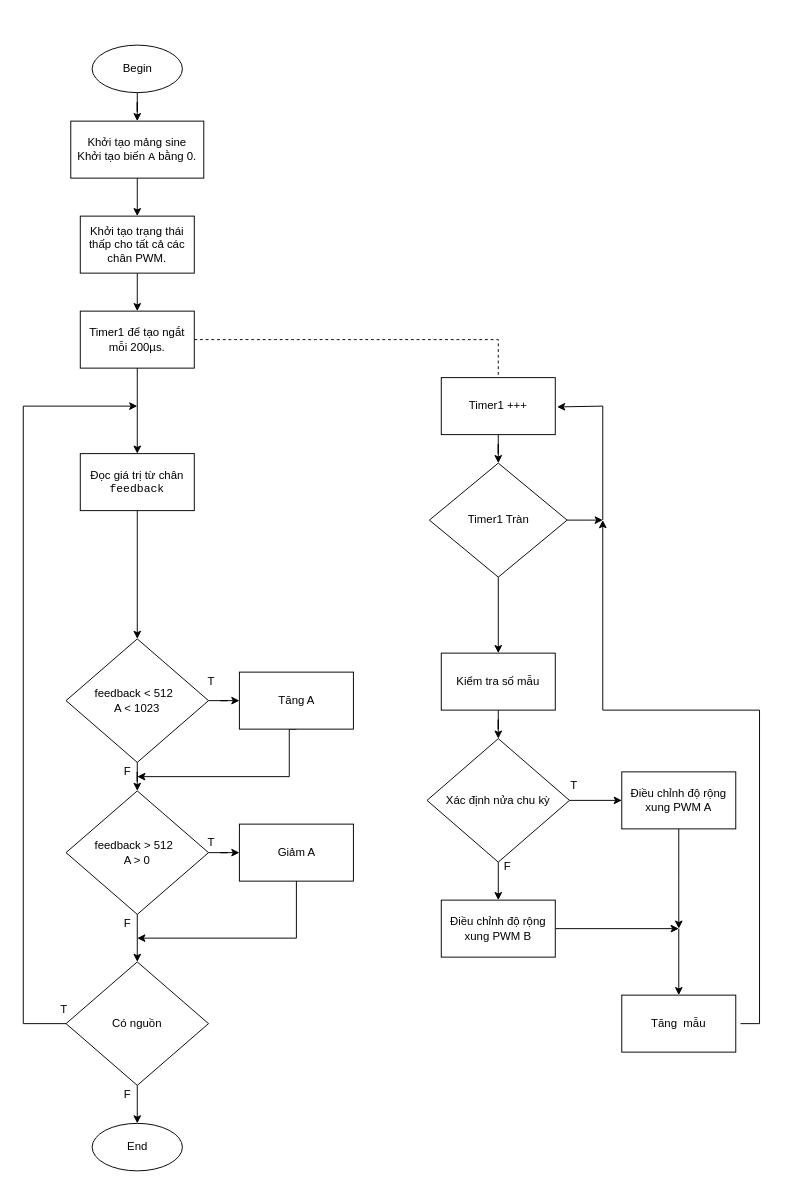
Before: doan2/luudo.drawio in zijipia/ArduinoCpp, a draw.io diagram. Source tidied: cells renumbered, new cells numbered last; positions are measured from the earlier drawing's top-left corner, leaving out a move shared by most shapes. Both pictures are drawn from the tidied source at 95%, with x=0, y=0 at pixel (23, 45).
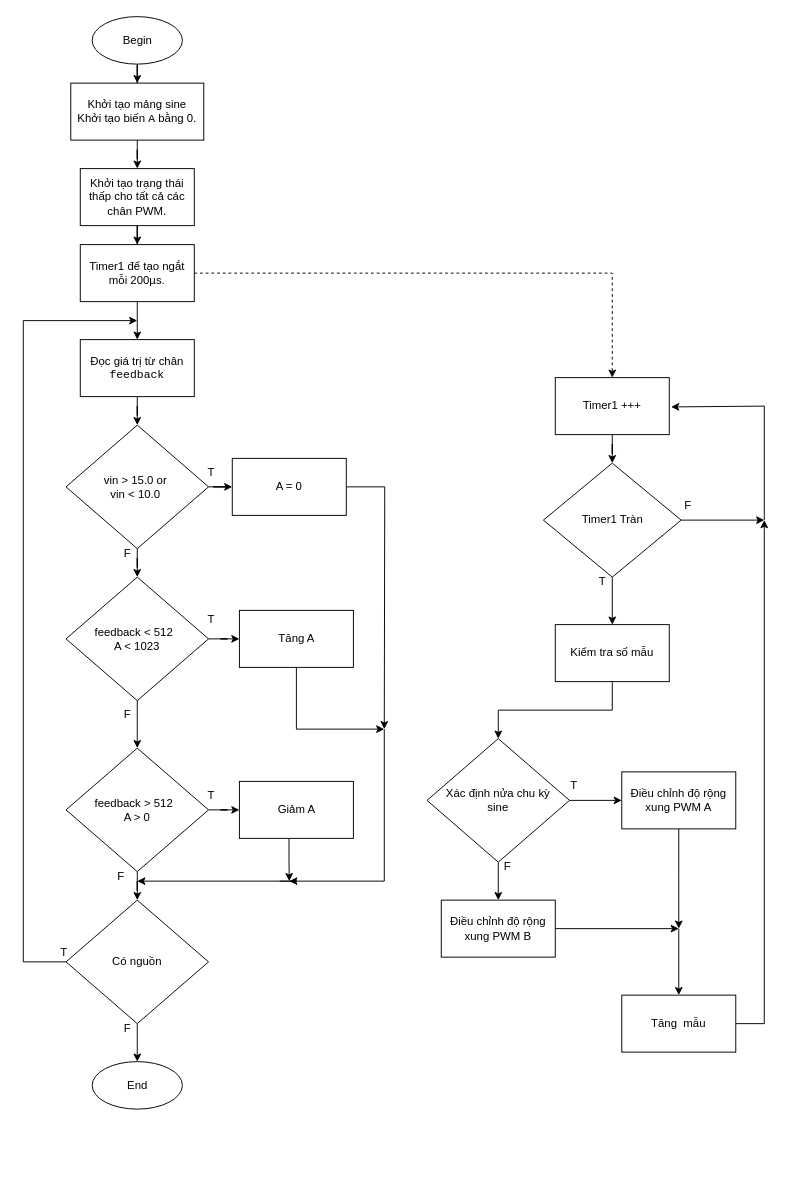
The same page after the edit.

Unchanged cells that the change refers to:
```xml
<mxCell id="47" value="Tăng&amp;nbsp;&amp;nbsp;mẫu" style="rounded=0;whiteSpace=wrap;html=1;" parent="1" vertex="1">
  <mxGeometry x="630" y="1000" width="120" height="60" as="geometry" />
</mxCell>
```

Diff of the diagram source:
```diff
@@
     <mxCell id="3" value="Begin" style="ellipse;whiteSpace=wrap;html=1;" parent="1" vertex="1">
-      <mxGeometry x="72.5" width="95" height="50" as="geometry" />
+      <mxGeometry x="72.5" y="-30" width="95" height="50" as="geometry" />
     </mxCell>
     <mxCell id="4" value="End" style="ellipse;whiteSpace=wrap;html=1;" parent="1" vertex="1">
-      <mxGeometry x="72.5" y="1135" width="95" height="50" as="geometry" />
+      <mxGeometry x="72.5" y="1070" width="95" height="50" as="geometry" />
     </mxCell>
@@
     <mxCell id="6" value="Khởi tạo mảng sine&lt;div&gt;&lt;span style=&quot;background-color: initial;&quot;&gt;Khởi tạo biến &lt;/span&gt;&lt;code style=&quot;background-color: initial;&quot; class=&quot;&quot;&gt;A&lt;/code&gt;&lt;span style=&quot;background-color: initial;&quot;&gt; bằng 0.&lt;/span&gt;&lt;/div&gt;" style="rounded=0;whiteSpace=wrap;html=1;" parent="1" vertex="1">
-      <mxGeometry x="50" y="80" width="140" height="60" as="geometry" />
+      <mxGeometry x="50" y="40" width="140" height="60" as="geometry" />
     </mxCell>
@@
     <mxCell id="8" value="Khởi tạo trạng thái thấp cho tất cả các chân PWM." style="rounded=0;whiteSpace=wrap;html=1;" parent="1" vertex="1">
-      <mxGeometry x="60" y="180" width="120" height="60" as="geometry" />
+      <mxGeometry x="60" y="130" width="120" height="60" as="geometry" />
     </mxCell>
@@
     <mxCell id="10" value="Timer1 để tạo ngắt mỗi 200µs." style="rounded=0;whiteSpace=wrap;html=1;" parent="1" vertex="1">
-      <mxGeometry x="60" y="280" width="120" height="60" as="geometry" />
+      <mxGeometry x="60" y="210" width="120" height="60" as="geometry" />
     </mxCell>
-    <mxCell id="11" style="edgeStyle=orthogonalEdgeStyle;rounded=0;jettySize=auto;html=1;" parent="1" edge="1" source="12" target="15">
-      <mxGeometry relative="1" as="geometry" />
-    </mxCell>
+    <mxCell id="53" style="edgeStyle=orthogonalEdgeStyle;rounded=0;jettySize=auto;html=1;" parent="1" edge="1" source="12" target="57">
+      <mxGeometry relative="1" as="geometry" />
+    </mxCell>
     <mxCell id="12" value="Đọc giá trị từ chân &lt;code class=&quot;&quot;&gt;feedback&lt;/code&gt;" style="rounded=0;whiteSpace=wrap;html=1;" parent="1" vertex="1">
-      <mxGeometry x="60" y="430" width="120" height="60" as="geometry" />
+      <mxGeometry x="60" y="310" width="120" height="60" as="geometry" />
     </mxCell>
@@
     <mxCell id="15" value="feedback &amp;lt; 512&amp;nbsp;&amp;nbsp;&lt;div&gt;A &amp;lt; 1023&lt;/div&gt;" style="rhombus;whiteSpace=wrap;html=1;" parent="1" vertex="1">
-      <mxGeometry x="45" y="625" width="150" height="130" as="geometry" />
+      <mxGeometry x="45" y="560" width="150" height="130" as="geometry" />
     </mxCell>
     <mxCell id="16" style="edgeStyle=orthogonalEdgeStyle;rounded=0;jettySize=auto;html=1;exitX=0.5;exitY=1;exitDx=0;exitDy=0;" parent="1" edge="1" source="17">
       <mxGeometry relative="1" as="geometry">
-        <mxPoint x="120" y="770" as="targetPoint" />
+        <mxPoint x="380" y="720" as="targetPoint" />
         <Array as="points">
-          <mxPoint x="280" y="720" />
-          <mxPoint x="280" y="770" />
+          <mxPoint x="288" y="720" />
+          <mxPoint x="288" y="770" />
         </Array>
       </mxGeometry>
     </mxCell>
     <mxCell id="17" value="Tăng A" style="rounded=0;whiteSpace=wrap;html=1;" parent="1" vertex="1">
-      <mxGeometry x="227.5" y="660" width="120" height="60" as="geometry" />
+      <mxGeometry x="227.5" y="595" width="120" height="60" as="geometry" />
     </mxCell>
@@
     <mxCell id="20" value="feedback &amp;gt; 512&amp;nbsp;&amp;nbsp;&lt;div&gt;A &amp;gt; 0&lt;/div&gt;" style="rhombus;whiteSpace=wrap;html=1;" parent="1" vertex="1">
-      <mxGeometry x="45" y="785" width="150" height="130" as="geometry" />
+      <mxGeometry x="45" y="740" width="150" height="130" as="geometry" />
     </mxCell>
+    <mxCell id="54" style="edgeStyle=orthogonalEdgeStyle;rounded=0;jettySize=auto;html=1;exitX=0.435;exitY=1.005;exitDx=0;exitDy=0;exitPerimeter=0;" parent="1" edge="1" source="21">
+      <mxGeometry relative="1" as="geometry">
+        <mxPoint x="280" y="880" as="targetPoint" />
+      </mxGeometry>
+    </mxCell>
     <mxCell id="21" value="Giảm A" style="rounded=0;whiteSpace=wrap;html=1;" parent="1" vertex="1">
-      <mxGeometry x="227.5" y="820" width="120" height="60" as="geometry" />
+      <mxGeometry x="227.5" y="775" width="120" height="60" as="geometry" />
     </mxCell>
     <mxCell id="22" value="T" style="text;html=1;align=center;verticalAlign=middle;whiteSpace=wrap;rounded=0;" parent="1" vertex="1">
-      <mxGeometry x="167.5" y="655" width="60" height="30" as="geometry" />
+      <mxGeometry x="167.5" y="590" width="60" height="30" as="geometry" />
     </mxCell>
     <mxCell id="23" value="T" style="text;html=1;align=center;verticalAlign=middle;whiteSpace=wrap;rounded=0;" parent="1" vertex="1">
-      <mxGeometry x="167.5" y="825" width="60" height="30" as="geometry" />
+      <mxGeometry x="167.5" y="775" width="60" height="30" as="geometry" />
     </mxCell>
     <mxCell id="24" value="F" style="text;html=1;align=center;verticalAlign=middle;whiteSpace=wrap;rounded=0;" parent="1" vertex="1">
-      <mxGeometry x="80" y="910" width="60" height="30" as="geometry" />
+      <mxGeometry x="72.5" y="860" width="60" height="30" as="geometry" />
     </mxCell>
-    <mxCell id="25" style="edgeStyle=orthogonalEdgeStyle;rounded=0;jettySize=auto;html=1;" parent="1" edge="1" source="27" target="4">
+    <mxCell id="25" style="edgeStyle=orthogonalEdgeStyle;rounded=0;jettySize=auto;html=1;entryX=0.5;entryY=0;entryDx=0;entryDy=0;" parent="1" edge="1" source="27" target="4">
       <mxGeometry relative="1" as="geometry" />
     </mxCell>
     <mxCell id="26" style="edgeStyle=orthogonalEdgeStyle;rounded=0;jettySize=auto;html=1;exitX=0;exitY=0.5;exitDx=0;exitDy=0;" parent="1" edge="1" source="27">
       <mxGeometry relative="1" as="geometry">
-        <mxPoint x="120" y="380" as="targetPoint" />
+        <mxPoint x="120" y="290" as="targetPoint" />
         <Array as="points">
-          <mxPoint y="1030" />
-          <mxPoint y="380" />
+          <mxPoint y="965" />
+          <mxPoint y="290" />
         </Array>
       </mxGeometry>
     </mxCell>
     <mxCell id="27" value="Có nguồn" style="rhombus;whiteSpace=wrap;html=1;" parent="1" vertex="1">
-      <mxGeometry x="45" y="965" width="150" height="130" as="geometry" />
+      <mxGeometry x="45" y="900" width="150" height="130" as="geometry" />
     </mxCell>
     <mxCell id="28" value="T" style="text;html=1;align=center;verticalAlign=middle;whiteSpace=wrap;rounded=0;" parent="1" vertex="1">
-      <mxGeometry x="12.5" y="1000" width="60" height="30" as="geometry" />
+      <mxGeometry x="12.5" y="940" width="60" height="30" as="geometry" />
     </mxCell>
     <mxCell id="29" value="F" style="text;html=1;align=center;verticalAlign=middle;whiteSpace=wrap;rounded=0;" parent="1" vertex="1">
-      <mxGeometry x="80" y="1090" width="60" height="30" as="geometry" />
+      <mxGeometry x="80" y="1020" width="60" height="30" as="geometry" />
     </mxCell>
-    <mxCell id="30" style="edgeStyle=orthogonalEdgeStyle;rounded=0;jettySize=auto;html=1;exitX=0.5;exitY=1;exitDx=0;exitDy=0;" parent="1" edge="1" source="21">
+    <mxCell id="30" style="edgeStyle=orthogonalEdgeStyle;rounded=0;orthogonalLoop=1;jettySize=auto;html=1;" parent="1" edge="1">
       <mxGeometry relative="1" as="geometry">
-        <mxPoint x="120" y="940" as="targetPoint" />
+        <mxPoint x="270" y="880" as="sourcePoint" />
+        <mxPoint x="120" y="880" as="targetPoint" />
         <Array as="points">
-          <mxPoint x="288" y="940" />
+          <mxPoint x="288" y="880" />
         </Array>
       </mxGeometry>
     </mxCell>
-    <mxCell id="31" style="endArrow=classic;html=1;rounded=0;dashed=1;exitX=1;exitY=0.5;exitDx=0;exitDy=0;" parent="1" edge="1" source="10">
+    <mxCell id="31" style="endArrow=classic;html=1;rounded=0;dashed=1;exitX=1;exitY=0.5;exitDx=0;exitDy=0;entryX=0.5;entryY=0;entryDx=0;entryDy=0;" parent="1" edge="1" source="10" target="33">
       <mxGeometry relative="1" as="geometry">
-        <mxPoint x="500" y="360" as="targetPoint" />
         <Array as="points">
-          <mxPoint x="500" y="310" />
+          <mxPoint x="620" y="240" />
         </Array>
       </mxGeometry>
     </mxCell>
@@
     <mxCell id="33" value="Timer1 +++" style="rounded=0;whiteSpace=wrap;html=1;" parent="1" vertex="1">
-      <mxGeometry x="440" y="350" width="120" height="60" as="geometry" />
+      <mxGeometry x="560" y="350" width="120" height="60" as="geometry" />
     </mxCell>
@@
     <mxCell id="35" style="edgeStyle=orthogonalEdgeStyle;rounded=0;jettySize=auto;html=1;" parent="1" edge="1" source="36">
       <mxGeometry relative="1" as="geometry">
-        <mxPoint x="610" y="500" as="targetPoint" />
+        <mxPoint x="780" y="500" as="targetPoint" />
       </mxGeometry>
     </mxCell>
     <mxCell id="36" value="Timer1 Tràn" style="rhombus;whiteSpace=wrap;html=1;" parent="1" vertex="1">
-      <mxGeometry x="427.5" y="440" width="145" height="120" as="geometry" />
+      <mxGeometry x="547.5" y="440" width="145" height="120" as="geometry" />
     </mxCell>
@@
     <mxCell id="38" value="Kiểm tra số mẫu" style="whiteSpace=wrap;html=1;" parent="1" vertex="1">
-      <mxGeometry x="440" y="640" width="120" height="60" as="geometry" />
+      <mxGeometry x="560" y="610" width="120" height="60" as="geometry" />
     </mxCell>
@@
-    <mxCell id="41" value="Xác định nửa chu kỳ" style="rhombus;whiteSpace=wrap;html=1;" parent="1" vertex="1">
+    <mxCell id="41" value="Xác định nửa chu kỳ&lt;div&gt;sine&lt;/div&gt;" style="rhombus;whiteSpace=wrap;html=1;" parent="1" vertex="1">
       <mxGeometry x="425" y="730" width="150" height="130" as="geometry" />
     </mxCell>
@@
-    <mxCell id="46" style="edgeStyle=orthogonalEdgeStyle;rounded=0;orthogonalLoop=1;jettySize=auto;html=1;exitX=1;exitY=0.5;exitDx=0;exitDy=0;" parent="1" edge="1">
+    <mxCell id="46" style="edgeStyle=orthogonalEdgeStyle;rounded=0;jettySize=auto;html=1;exitX=1;exitY=0.5;exitDx=0;exitDy=0;" parent="1" edge="1" source="47">
       <mxGeometry relative="1" as="geometry">
-        <mxPoint x="755" y="1030" as="sourcePoint" />
-        <mxPoint x="610" y="500" as="targetPoint" />
+        <mxPoint x="780" y="500" as="targetPoint" />
         <Array as="points">
-          <mxPoint x="775" y="1030" />
-          <mxPoint x="775" y="700" />
-          <mxPoint x="610" y="700" />
+          <mxPoint x="780" y="1030" />
         </Array>
       </mxGeometry>
     </mxCell>
@@
     <mxCell id="49" style="endArrow=classic;html=1;rounded=0;entryX=1.016;entryY=0.514;entryDx=0;entryDy=0;entryPerimeter=0;" parent="1" edge="1" target="33">
       <mxGeometry relative="1" as="geometry">
-        <mxPoint x="610" y="500" as="sourcePoint" />
+        <mxPoint x="780" y="500" as="sourcePoint" />
         <Array as="points">
-          <mxPoint x="610" y="380" />
+          <mxPoint x="780" y="380" />
         </Array>
       </mxGeometry>
     </mxCell>
@@
     <mxCell id="52" value="F" style="text;html=1;align=center;verticalAlign=middle;whiteSpace=wrap;rounded=0;" parent="1" vertex="1">
-      <mxGeometry x="80" y="750" width="60" height="30" as="geometry" />
+      <mxGeometry x="80" y="690" width="60" height="30" as="geometry" />
     </mxCell>
+    <mxCell id="55" style="edgeStyle=orthogonalEdgeStyle;rounded=0;jettySize=auto;html=1;" parent="1" edge="1" source="57" target="15">
+      <mxGeometry relative="1" as="geometry" />
+    </mxCell>
+    <mxCell id="56" style="edgeStyle=orthogonalEdgeStyle;rounded=0;jettySize=auto;html=1;" parent="1" edge="1" source="57" target="60">
+      <mxGeometry relative="1" as="geometry" />
+    </mxCell>
+    <mxCell id="57" value="vin &amp;gt; 15.0 or&amp;nbsp;&lt;div&gt;vin &amp;lt; 10.0&amp;nbsp;&lt;br&gt;&lt;/div&gt;" style="rhombus;whiteSpace=wrap;html=1;" parent="1" vertex="1">
+      <mxGeometry x="45" y="400" width="150" height="130" as="geometry" />
+    </mxCell>
+    <mxCell id="58" style="edgeStyle=orthogonalEdgeStyle;rounded=0;orthogonalLoop=1;jettySize=auto;html=1;" parent="1" edge="1">
+      <mxGeometry relative="1" as="geometry">
+        <mxPoint x="380" y="720" as="sourcePoint" />
+        <mxPoint x="280" y="880" as="targetPoint" />
+        <Array as="points">
+          <mxPoint x="380" y="880" />
+        </Array>
+      </mxGeometry>
+    </mxCell>
+    <mxCell id="59" style="edgeStyle=orthogonalEdgeStyle;rounded=0;jettySize=auto;html=1;" parent="1" edge="1" source="60">
+      <mxGeometry relative="1" as="geometry">
+        <mxPoint x="380" y="720" as="targetPoint" />
+      </mxGeometry>
+    </mxCell>
+    <mxCell id="60" value="&lt;div&gt;A = 0&lt;/div&gt;" style="rounded=0;whiteSpace=wrap;html=1;" parent="1" vertex="1">
+      <mxGeometry x="220" y="435" width="120" height="60" as="geometry" />
+    </mxCell>
+    <mxCell id="61" value="T" style="text;html=1;align=center;verticalAlign=middle;whiteSpace=wrap;rounded=0;" parent="1" vertex="1">
+      <mxGeometry x="167.5" y="435" width="60" height="30" as="geometry" />
+    </mxCell>
+    <mxCell id="62" value="F" style="text;html=1;align=center;verticalAlign=middle;whiteSpace=wrap;rounded=0;" parent="1" vertex="1">
+      <mxGeometry x="80" y="520" width="60" height="30" as="geometry" />
+    </mxCell>
+    <mxCell id="63" value="F" style="text;html=1;align=center;verticalAlign=middle;whiteSpace=wrap;rounded=0;" parent="1" vertex="1">
+      <mxGeometry x="670" y="470" width="60" height="30" as="geometry" />
+    </mxCell>
+    <mxCell id="64" value="T" style="text;html=1;align=center;verticalAlign=middle;whiteSpace=wrap;rounded=0;" parent="1" vertex="1">
+      <mxGeometry x="580" y="550" width="60" height="30" as="geometry" />
+    </mxCell>
```
